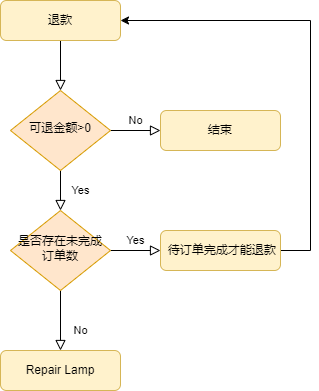
ren9901/tourism-j2ee-wx keeps this draw.io diagram as png/退款流程.png. Above is the earlier version. Source tidied: cells renumbered, new cells last; positions are measured from the earlier drawing's top-left corner, leaving out a move shared by most shapes.
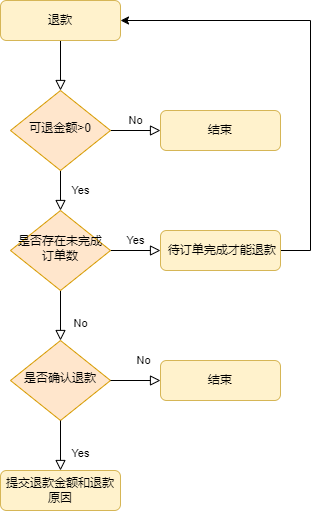
The same file after the commit.

Commit message:
更新退款流程.png

Change to the diagram source:
```diff
@@ -20,7 +20,7 @@
     <mxCell id="7" value="结束" style="rounded=1;whiteSpace=wrap;html=1;fontSize=12;glass=0;strokeWidth=1;shadow=0;fillColor=#fff2cc;strokeColor=#d6b656;" parent="1" vertex="1">
       <mxGeometry x="160" y="110" width="120" height="40" as="geometry" />
     </mxCell>
-    <mxCell id="8" value="No" style="rounded=0;html=1;jettySize=auto;fontSize=11;endArrow=block;endFill=0;endSize=8;strokeWidth=1;shadow=0;labelBackgroundColor=none;edgeStyle=orthogonalEdgeStyle;" parent="1" edge="1" source="10" target="11">
+    <mxCell id="8" value="No" style="rounded=0;html=1;jettySize=auto;fontSize=11;endArrow=block;endFill=0;endSize=8;strokeWidth=1;shadow=0;labelBackgroundColor=none;edgeStyle=orthogonalEdgeStyle;entryX=0.5;entryY=0;entryDx=0;entryDy=0;" parent="1" edge="1" source="10" target="14">
       <mxGeometry x="0.33" y="20" relative="1" as="geometry" />
     </mxCell>
     <mxCell id="9" value="Yes" style="edgeStyle=orthogonalEdgeStyle;rounded=0;html=1;jettySize=auto;fontSize=11;endArrow=block;endFill=0;endSize=8;strokeWidth=1;shadow=0;labelBackgroundColor=none;" parent="1" edge="1" source="10" target="13">
@@ -29,8 +29,8 @@
     <mxCell id="10" value="&lt;div style=&quot;orphans: 4;&quot;&gt;是否存在未完成订单数&lt;/div&gt;" style="rhombus;whiteSpace=wrap;html=1;shadow=0;fontFamily=Helvetica;fontSize=12;align=center;strokeWidth=1;spacing=6;spacingTop=-4;fillColor=#ffe6cc;strokeColor=#d79b00;" parent="1" vertex="1">
       <mxGeometry x="10" y="210" width="100" height="80" as="geometry" />
     </mxCell>
-    <mxCell id="11" value="Repair Lamp" style="rounded=1;whiteSpace=wrap;html=1;fontSize=12;glass=0;strokeWidth=1;shadow=0;fillColor=#fff2cc;strokeColor=#d6b656;" parent="1" vertex="1">
-      <mxGeometry y="350" width="120" height="40" as="geometry" />
+    <mxCell id="11" value="提交退款金额和退款原因" style="rounded=1;whiteSpace=wrap;html=1;fontSize=12;glass=0;strokeWidth=1;shadow=0;fillColor=#fff2cc;strokeColor=#d6b656;" parent="1" vertex="1">
+      <mxGeometry y="470" width="120" height="40" as="geometry" />
     </mxCell>
     <mxCell id="12" style="edgeStyle=orthogonalEdgeStyle;rounded=0;jettySize=auto;html=1;entryX=1;entryY=0.5;entryDx=0;entryDy=0;" parent="1" edge="1" source="13" target="3">
       <mxGeometry relative="1" as="geometry">
@@ -43,5 +43,17 @@
     <mxCell id="13" value="&amp;nbsp;待订单完成才能退款" style="rounded=1;whiteSpace=wrap;html=1;fontSize=12;glass=0;strokeWidth=1;shadow=0;fillColor=#fff2cc;strokeColor=#d6b656;" parent="1" vertex="1">
       <mxGeometry x="160" y="230" width="120" height="40" as="geometry" />
     </mxCell>
+    <mxCell id="14" value="&lt;div style=&quot;orphans: 4;&quot;&gt;是否确认退款&lt;/div&gt;" style="rhombus;whiteSpace=wrap;html=1;shadow=0;fontFamily=Helvetica;fontSize=12;align=center;strokeWidth=1;spacing=6;spacingTop=-4;fillColor=#ffe6cc;strokeColor=#d79b00;" parent="1" vertex="1">
+      <mxGeometry x="10" y="340" width="100" height="80" as="geometry" />
+    </mxCell>
+    <mxCell id="15" value="结束" style="rounded=1;whiteSpace=wrap;html=1;fontSize=12;glass=0;strokeWidth=1;shadow=0;fillColor=#fff2cc;strokeColor=#d6b656;" parent="1" vertex="1">
+      <mxGeometry x="160" y="360" width="120" height="40" as="geometry" />
+    </mxCell>
+    <mxCell id="16" value="No" style="rounded=0;html=1;jettySize=auto;fontSize=11;endArrow=block;endFill=0;endSize=8;strokeWidth=1;shadow=0;labelBackgroundColor=none;edgeStyle=orthogonalEdgeStyle;entryX=0;entryY=0.5;entryDx=0;entryDy=0;exitX=1;exitY=0.5;exitDx=0;exitDy=0;" parent="1" edge="1" source="14" target="15">
+      <mxGeometry x="0.33" y="20" relative="1" as="geometry" />
+    </mxCell>
+    <mxCell id="17" value="Yes" style="rounded=0;html=1;jettySize=auto;fontSize=11;endArrow=block;endFill=0;endSize=8;strokeWidth=1;shadow=0;labelBackgroundColor=none;edgeStyle=orthogonalEdgeStyle;exitX=0.5;exitY=1;exitDx=0;exitDy=0;entryX=0.5;entryY=0;entryDx=0;entryDy=0;" parent="1" edge="1" source="14" target="11">
+      <mxGeometry x="0.33" y="20" relative="1" as="geometry" />
+    </mxCell>
   </root>
 </mxGraphModel>
```
